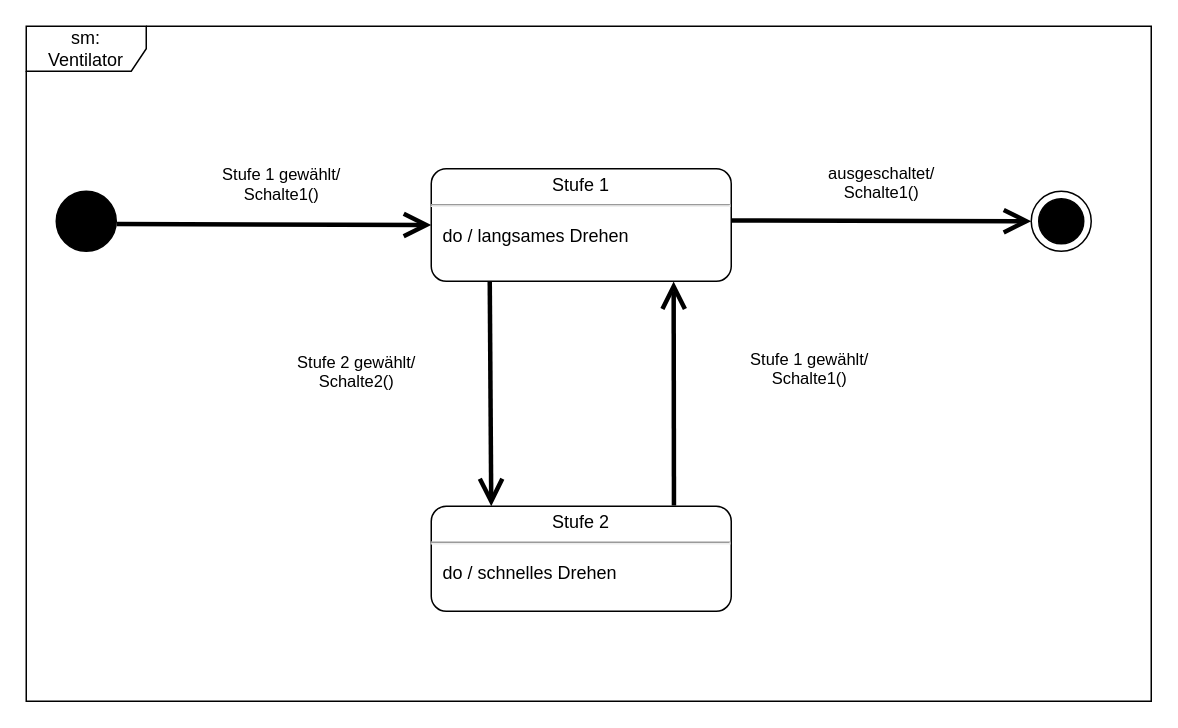
SergeTraenkle/01_UML_Diagramme keeps this draw.io diagram as 04_UML_Zustandsdiagramm.drawio. Above is the earlier version. Source tidied: cells renumbered, new cells numbered last; positions are measured from the earlier drawing's top-left corner, leaving out a move shared by most shapes. Both pictures are drawn from the tidied source at 150%, with x=0, y=0 at pixel (26, 26).
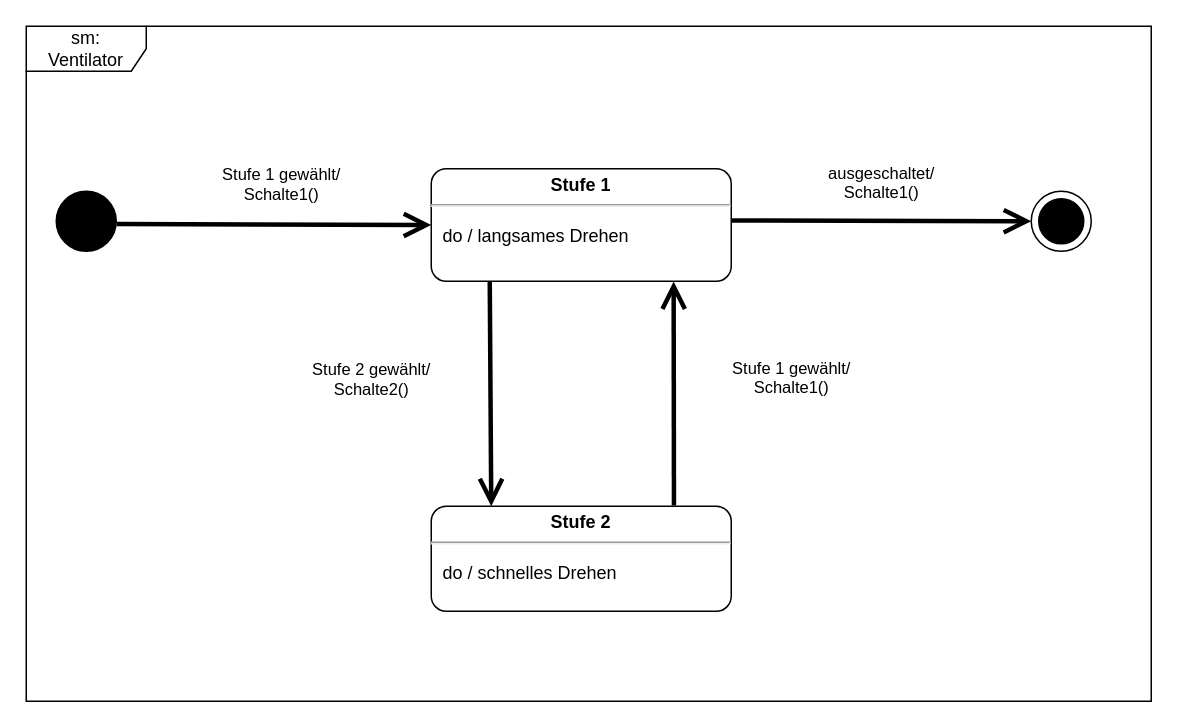
Above is the later version.

Commit message:
FSM. Korrektur

What changed in the source:
```diff
@@
 <mxGraphModel>
   <root>
     <mxCell id="0" />
     <mxCell id="1" parent="0" />
     <mxCell id="2" value="sm:&lt;br&gt;Ventilator" style="shape=umlFrame;whiteSpace=wrap;html=1;width=80;height=30;" parent="1" vertex="1">
       <mxGeometry width="750" height="450" as="geometry" />
     </mxCell>
     <mxCell id="3" style="shape=ellipse;html=1;fillColor=strokeColor;fontSize=18;fontColor=#ffffff;" parent="1" vertex="1">
       <mxGeometry x="20" y="110" width="40" height="40" as="geometry" />
     </mxCell>
     <mxCell id="4" style="shape=mxgraph.sysml.actFinal;html=1;verticalLabelPosition=bottom;labelBackgroundColor=#ffffff;verticalAlign=top;" parent="1" vertex="1">
       <mxGeometry x="670" y="110" width="40" height="40" as="geometry" />
     </mxCell>
-    <mxCell id="5" value="&lt;p style=&quot;margin:0px;margin-top:4px;text-align:center;&quot;&gt;Stufe 1&lt;br&gt;&lt;/p&gt;&lt;hr&gt;&lt;p&gt;&lt;/p&gt;&lt;p style=&quot;margin:0px;margin-left:8px;text-align:left;&quot;&gt;do / langsames Drehen&lt;br&gt;&lt;br&gt;&lt;/p&gt;" style="shape=mxgraph.sysml.simpleState;html=1;overflow=fill;whiteSpace=wrap;align=center;" parent="1" vertex="1">
+    <mxCell id="5" value="&lt;p style=&quot;margin:0px;margin-top:4px;text-align:center;&quot;&gt;&lt;b&gt;Stufe 1&lt;/b&gt;&lt;br&gt;&lt;/p&gt;&lt;hr&gt;&lt;p&gt;&lt;/p&gt;&lt;p style=&quot;margin:0px;margin-left:8px;text-align:left;&quot;&gt;do / langsames Drehen&lt;br&gt;&lt;br&gt;&lt;/p&gt;" style="shape=mxgraph.sysml.simpleState;html=1;overflow=fill;whiteSpace=wrap;align=center;" parent="1" vertex="1">
       <mxGeometry x="270" y="95" width="200" height="75" as="geometry" />
     </mxCell>
-    <mxCell id="6" value="&lt;p style=&quot;margin:0px;margin-top:4px;text-align:center;&quot;&gt;Stufe 2&lt;br&gt;&lt;/p&gt;&lt;hr&gt;&lt;p&gt;&lt;/p&gt;&lt;p style=&quot;margin:0px;margin-left:8px;text-align:left;&quot;&gt;do / schnelles Drehen&lt;br&gt;&lt;br&gt;&lt;/p&gt;" style="shape=mxgraph.sysml.simpleState;html=1;overflow=fill;whiteSpace=wrap;align=center;" parent="1" vertex="1">
+    <mxCell id="6" value="&lt;p style=&quot;margin:0px;margin-top:4px;text-align:center;&quot;&gt;&lt;b&gt;Stufe 2&lt;/b&gt;&lt;br&gt;&lt;/p&gt;&lt;hr&gt;&lt;p&gt;&lt;/p&gt;&lt;p style=&quot;margin:0px;margin-left:8px;text-align:left;&quot;&gt;do / schnelles Drehen&lt;br&gt;&lt;br&gt;&lt;/p&gt;" style="shape=mxgraph.sysml.simpleState;html=1;overflow=fill;whiteSpace=wrap;align=center;" parent="1" vertex="1">
       <mxGeometry x="270" y="320" width="200" height="70" as="geometry" />
     </mxCell>
     <mxCell id="7" value="Stufe 1 gewählt/&lt;br&gt;Schalte1()" style="edgeStyle=none;html=1;endArrow=open;endSize=12;strokeWidth=3;verticalAlign=bottom;entryX=0;entryY=0.5;entryDx=0;entryDy=0;entryPerimeter=0;exitX=1.006;exitY=0.546;exitDx=0;exitDy=0;exitPerimeter=0;" parent="1" edge="1" source="3" target="5">
       <mxGeometry x="0.05" y="11" relative="1" as="geometry" />
     </mxCell>
     <mxCell id="8" value="ausgeschaltet/&lt;br&gt;Schalte1()" style="edgeStyle=none;html=1;endArrow=open;endSize=12;strokeWidth=3;verticalAlign=bottom;entryX=0;entryY=0.5;entryDx=0;entryDy=0;entryPerimeter=0;" parent="1" edge="1" target="4">
       <mxGeometry y="10" relative="1" as="geometry">
         <mxPoint x="470" y="129.5" as="sourcePoint" />
       </mxGeometry>
     </mxCell>
     <mxCell id="9" value="Stufe 2 gewählt/&lt;br&gt;Schalte2()" style="edgeStyle=none;html=1;endArrow=open;endSize=12;strokeWidth=3;verticalAlign=bottom;exitX=0.195;exitY=1;exitDx=0;exitDy=0;exitPerimeter=0;" parent="1" edge="1" source="5">
-      <mxGeometry y="-90" relative="1" as="geometry">
+      <mxGeometry x="0.06" y="-80" relative="1" as="geometry">
         <mxPoint x="310" y="320" as="targetPoint" />
       </mxGeometry>
     </mxCell>
     <mxCell id="10" value="Stufe 1 gewählt/&lt;br&gt;Schalte1()" style="edgeStyle=none;html=1;endArrow=open;endSize=12;strokeWidth=3;verticalAlign=bottom;exitX=0.809;exitY=-0.006;exitDx=0;exitDy=0;exitPerimeter=0;entryX=0.808;entryY=1.002;entryDx=0;entryDy=0;entryPerimeter=0;" parent="1" edge="1" source="6" target="5">
-      <mxGeometry y="-90" relative="1" as="geometry" />
+      <mxGeometry x="-0.07" y="-78" relative="1" as="geometry" />
     </mxCell>
   </root>
 </mxGraphModel>
```
